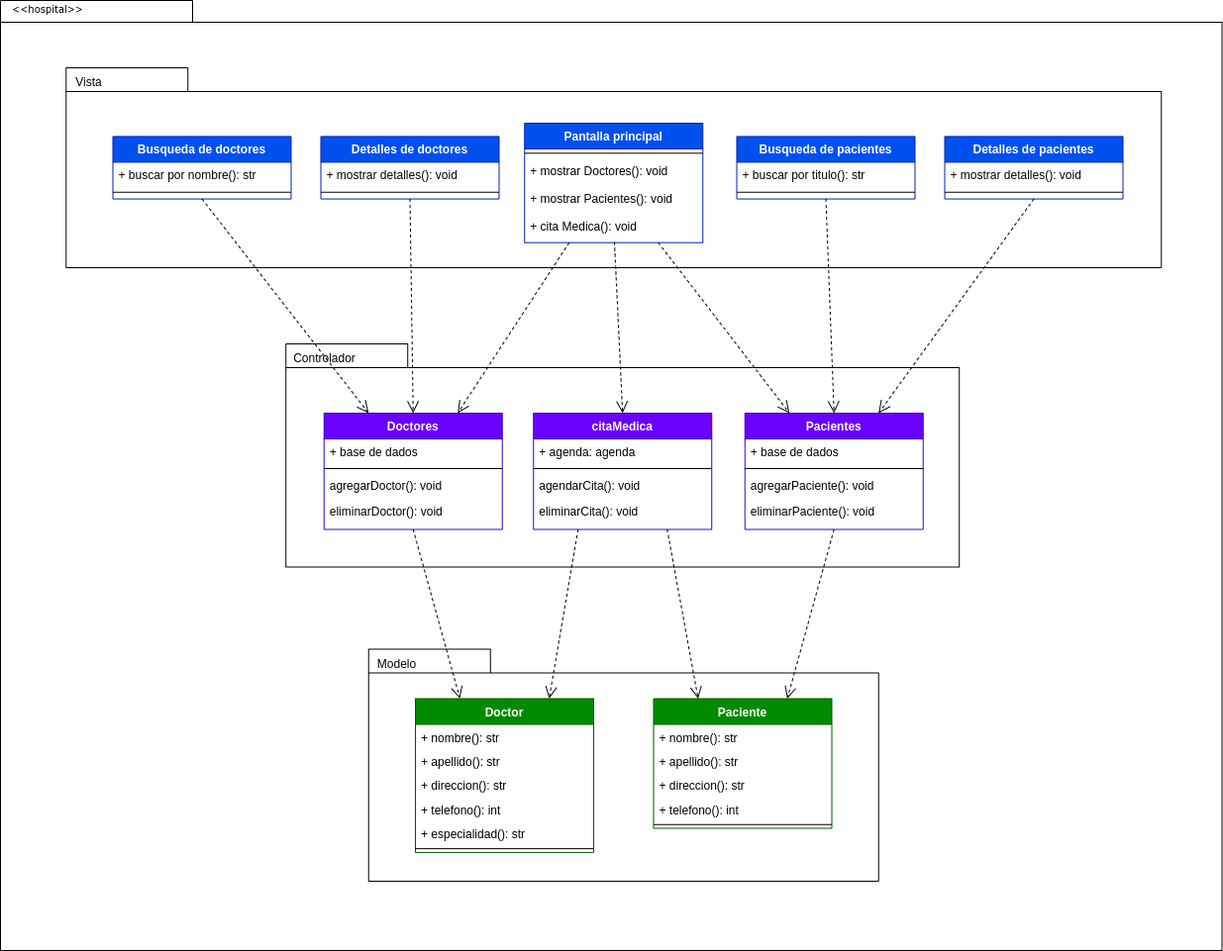
This is diagrama de paquetes/img/diagrama-paquete-sistema-hospitalario.drawio.png from mdiogc/ETS, a draw.io export, as it was before one commit. Source tidied: cells renumbered, new cells last; positions are measured from the earlier drawing's top-left corner, leaving out a move shared by most shapes.
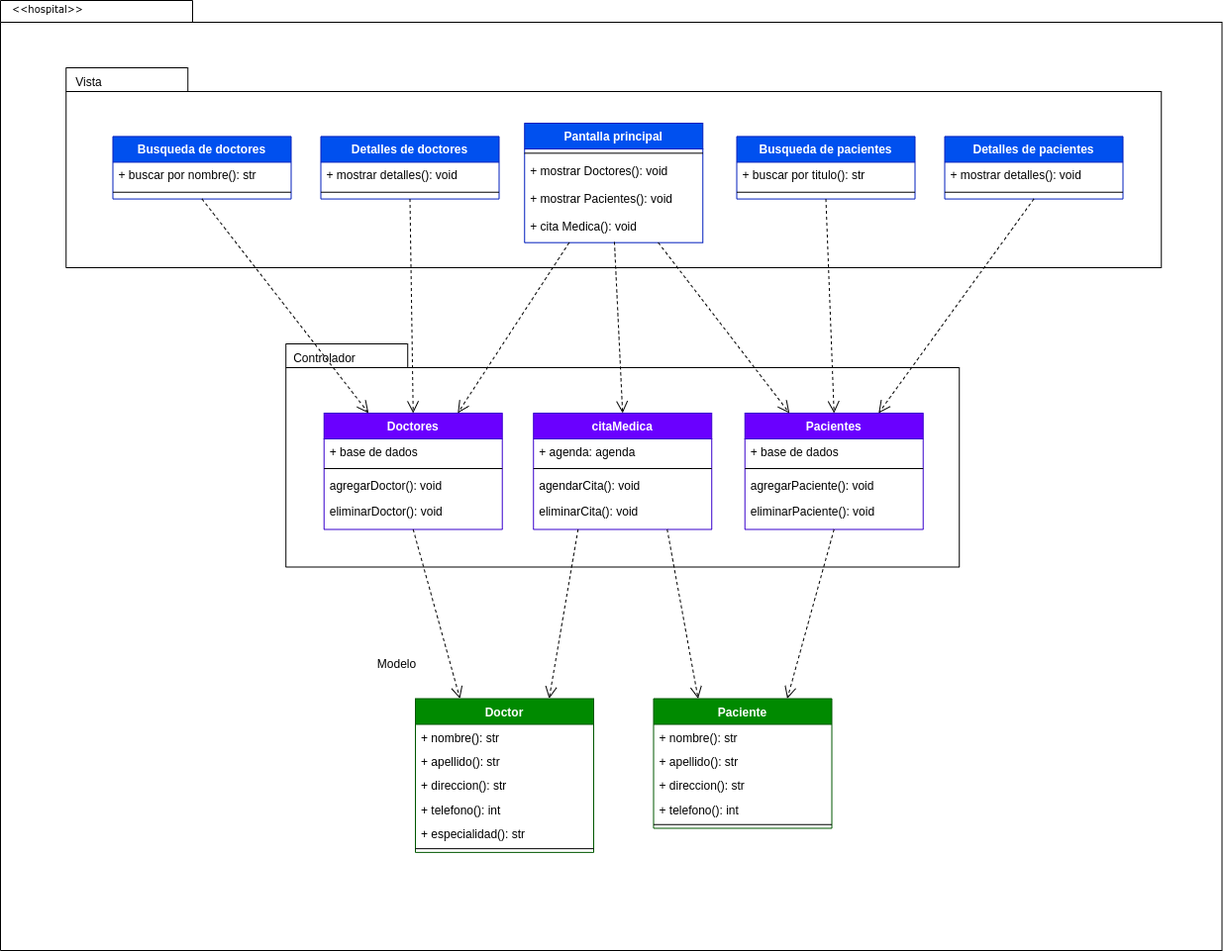
The same diagram one commit later.

Commit message:
se finaliza nuevamente

Diff of the diagram source:
```diff
@@ -65,7 +65,7 @@
     <mxCell id="22" value="+ cita Medica(): void" style="text;align=left;verticalAlign=top;spacingLeft=4;spacingRight=4;overflow=hidden;points=[[0,0.5],[1,0.5]];portConstraint=eastwest;rounded=0;shadow=0;html=0;" parent="18" vertex="1">
       <mxGeometry y="90.6" width="180" height="28" as="geometry" />
     </mxCell>
-    <mxCell id="23" style="shape=folder;fontStyle=1;spacingTop=10;tabWidth=123;tabHeight=24;tabPosition=left;html=1;rounded=0;shadow=0;comic=0;labelBackgroundColor=none;strokeColor=#000000;strokeWidth=1;fillColor=default;fontFamily=Verdana;fontSize=10;fontColor=#000000;align=center;" parent="1" vertex="1">
+    <mxCell id="23" style="shape=folder;fontStyle=1;spacingTop=10;tabWidth=123;tabHeight=24;tabPosition=left;html=1;rounded=0;shadow=0;comic=0;labelBackgroundColor=none;strokeColor=#FFFFFF;strokeWidth=1;fillColor=default;fontFamily=Verdana;fontSize=10;fontColor=#000000;align=center;" parent="1" vertex="1">
       <mxGeometry x="371.8" y="655.5" width="515" height="234.5" as="geometry" />
     </mxCell>
     <mxCell id="24" style="shape=folder;fontStyle=1;spacingTop=10;tabWidth=123;tabHeight=24;tabPosition=left;html=1;rounded=0;shadow=0;comic=0;labelBackgroundColor=none;strokeWidth=1;fontFamily=Verdana;fontSize=10;align=center;" parent="1" vertex="1">
```
